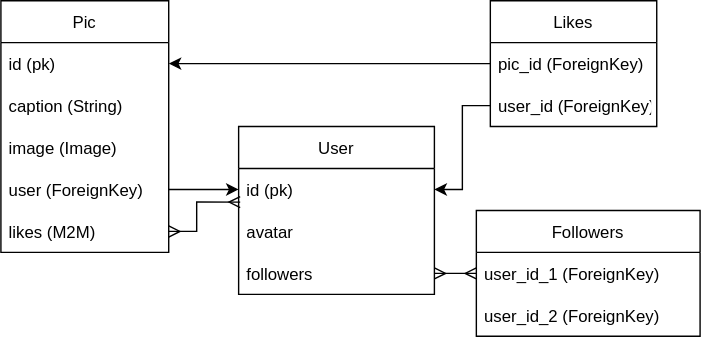
Before: 4 Django/demo/picster/db.drawio.svg, a diagram exported from draw.io (PdxCodeGuild/Class_Raven). Source tidied: cells renumbered, new cells last; positions are measured from the earlier drawing's top-left corner, leaving out a move shared by most shapes.
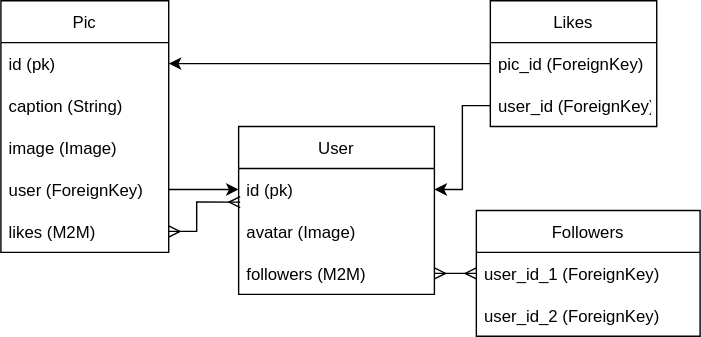
After the change.

Commit message:
updated picster db diagram

What changed in the source:
```diff
@@ -35,10 +35,10 @@
     <mxCell id="12" value="id (pk)" style="text;strokeColor=none;fillColor=none;align=left;verticalAlign=middle;spacingLeft=4;spacingRight=4;overflow=hidden;points=[[0,0.5],[1,0.5]];portConstraint=eastwest;" parent="11" vertex="1">
       <mxGeometry y="30" width="140" height="30" as="geometry" />
     </mxCell>
-    <mxCell id="13" value="avatar" style="text;strokeColor=none;fillColor=none;align=left;verticalAlign=middle;spacingLeft=4;spacingRight=4;overflow=hidden;" parent="11" vertex="1">
+    <mxCell id="13" value="avatar (Image)" style="text;strokeColor=none;fillColor=none;align=left;verticalAlign=middle;spacingLeft=4;spacingRight=4;overflow=hidden;" parent="11" vertex="1">
       <mxGeometry y="60" width="140" height="30" as="geometry" />
     </mxCell>
-    <mxCell id="14" value="followers" style="text;strokeColor=none;fillColor=none;align=left;verticalAlign=middle;spacingLeft=4;spacingRight=4;overflow=hidden;points=[[0,0.5],[1,0.5]];portConstraint=eastwest;" parent="11" vertex="1">
+    <mxCell id="14" value="followers (M2M)" style="text;strokeColor=none;fillColor=none;align=left;verticalAlign=middle;spacingLeft=4;spacingRight=4;overflow=hidden;points=[[0,0.5],[1,0.5]];portConstraint=eastwest;" parent="11" vertex="1">
       <mxGeometry y="90" width="140" height="30" as="geometry" />
     </mxCell>
     <mxCell id="15" value="Followers" style="swimlane;fontStyle=0;horizontal=1;startSize=30;" parent="1" vertex="1">
```
